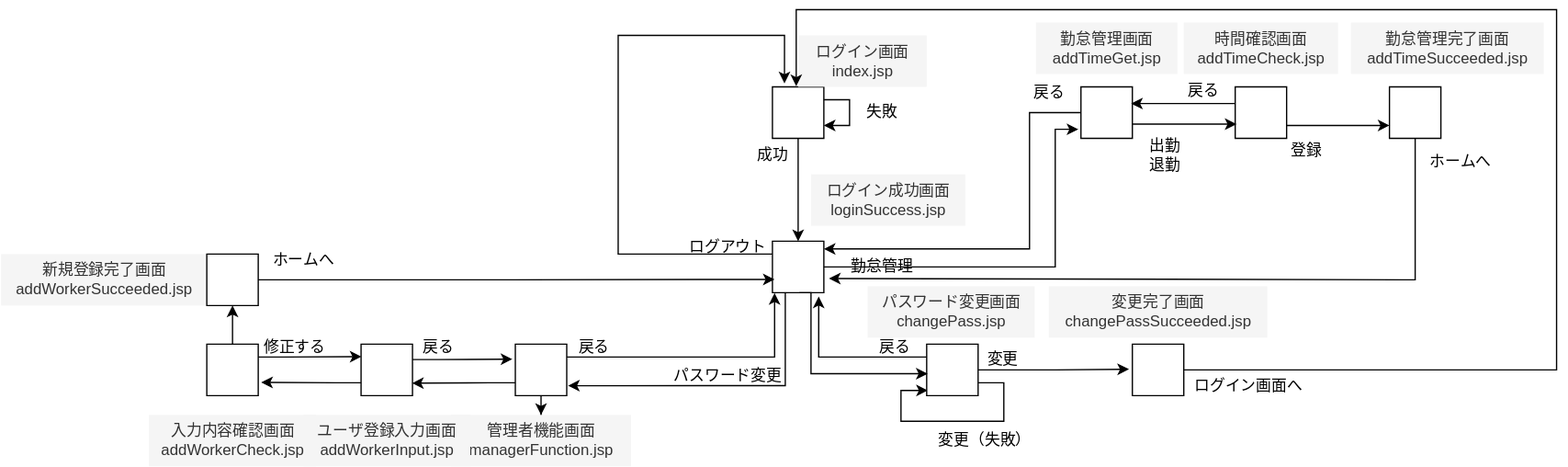
Earlier version of the draw.io export ログイン画面.drawio.svg (Masaaki-Kobayashi-kccs/sampleRepo2). Source tidied: cells renumbered, new cells last; positions are measured from the earlier drawing's top-left corner, leaving out a move shared by most shapes.
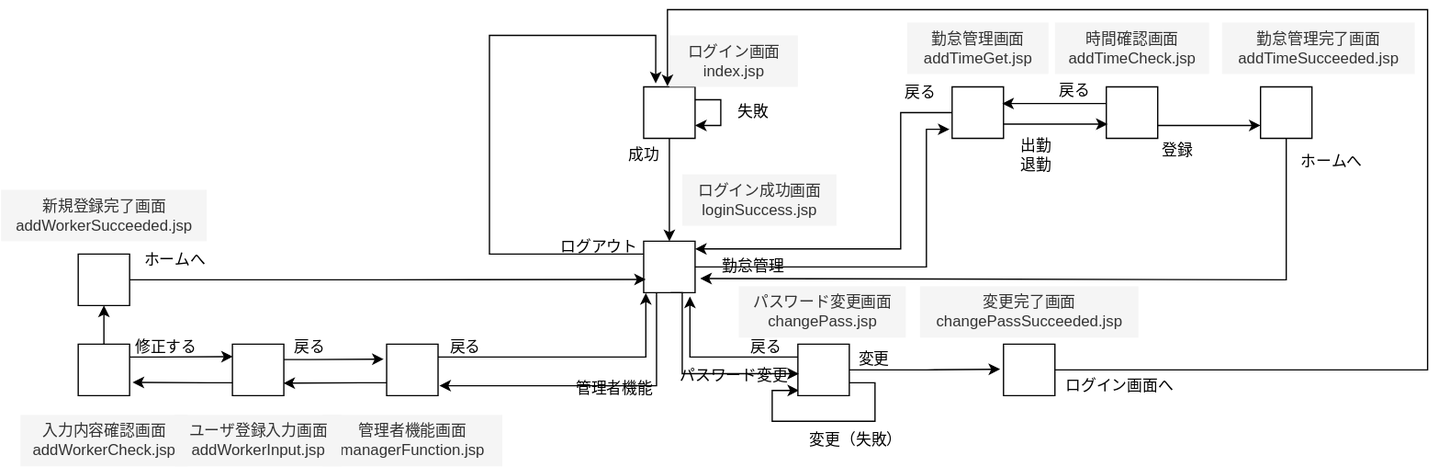
The same file after the commit.

Commit message:
ログイン画面.drawio.svg を更新します

What changed in the source:
```diff
@@ -118,9 +118,6 @@
     <mxCell id="28" value="変更" style="text;html=1;align=center;verticalAlign=middle;strokeColor=none;fillColor=none;" parent="1" vertex="1">
       <mxGeometry x="754" y="257" width="50" height="30" as="geometry" />
     </mxCell>
-    <mxCell id="29" style="edgeStyle=orthogonalEdgeStyle;rounded=0;jettySize=auto;html=1;" parent="1" edge="1" source="30" target="31">
-      <mxGeometry relative="1" as="geometry" />
-    </mxCell>
     <mxCell id="30" style="verticalLabelPosition=bottom;verticalAlign=top;html=1;shape=mxgraph.basic.rect;fillColor2=none;strokeWidth=1;size=20;indent=5;" parent="1" vertex="1">
       <mxGeometry x="400" y="260" width="40" height="40" as="geometry" />
     </mxCell>
@@ -145,7 +142,7 @@
       <mxGeometry x="115" y="315" width="130" height="40" as="geometry" />
     </mxCell>
     <mxCell id="37" value="新規登録完了画面&lt;div&gt;addWorkerSucceeded.jsp&lt;/div&gt;" style="text;html=1;align=center;verticalAlign=middle;strokeColor=none;fillColor=#f5f5f5;fontColor=#333333;" parent="1" vertex="1">
-      <mxGeometry y="190" width="160" height="40" as="geometry" />
+      <mxGeometry x="100" y="140" width="160" height="40" as="geometry" />
     </mxCell>
     <mxCell id="38" style="verticalLabelPosition=bottom;verticalAlign=top;html=1;shape=mxgraph.basic.rect;fillColor2=none;strokeWidth=1;size=20;indent=5;" parent="1" vertex="1">
       <mxGeometry x="160" y="190" width="40" height="40" as="geometry" />
@@ -278,7 +275,10 @@
       </mxGeometry>
     </mxCell>
     <mxCell id="64" value="パスワード変更" style="text;html=1;align=center;verticalAlign=middle;strokeColor=none;fillColor=none;" parent="1" vertex="1">
-      <mxGeometry x="510" y="270" width="110" height="30" as="geometry" />
+      <mxGeometry x="615" y="270" width="110" height="30" as="geometry" />
     </mxCell>
+    <mxCell id="65" value="管理者機能" style="text;html=1;align=center;verticalAlign=middle;strokeColor=none;fillColor=none;" parent="1" vertex="1">
+      <mxGeometry x="537" y="280" width="80" height="30" as="geometry" />
+    </mxCell>
   </root>
 </mxGraphModel>
```
